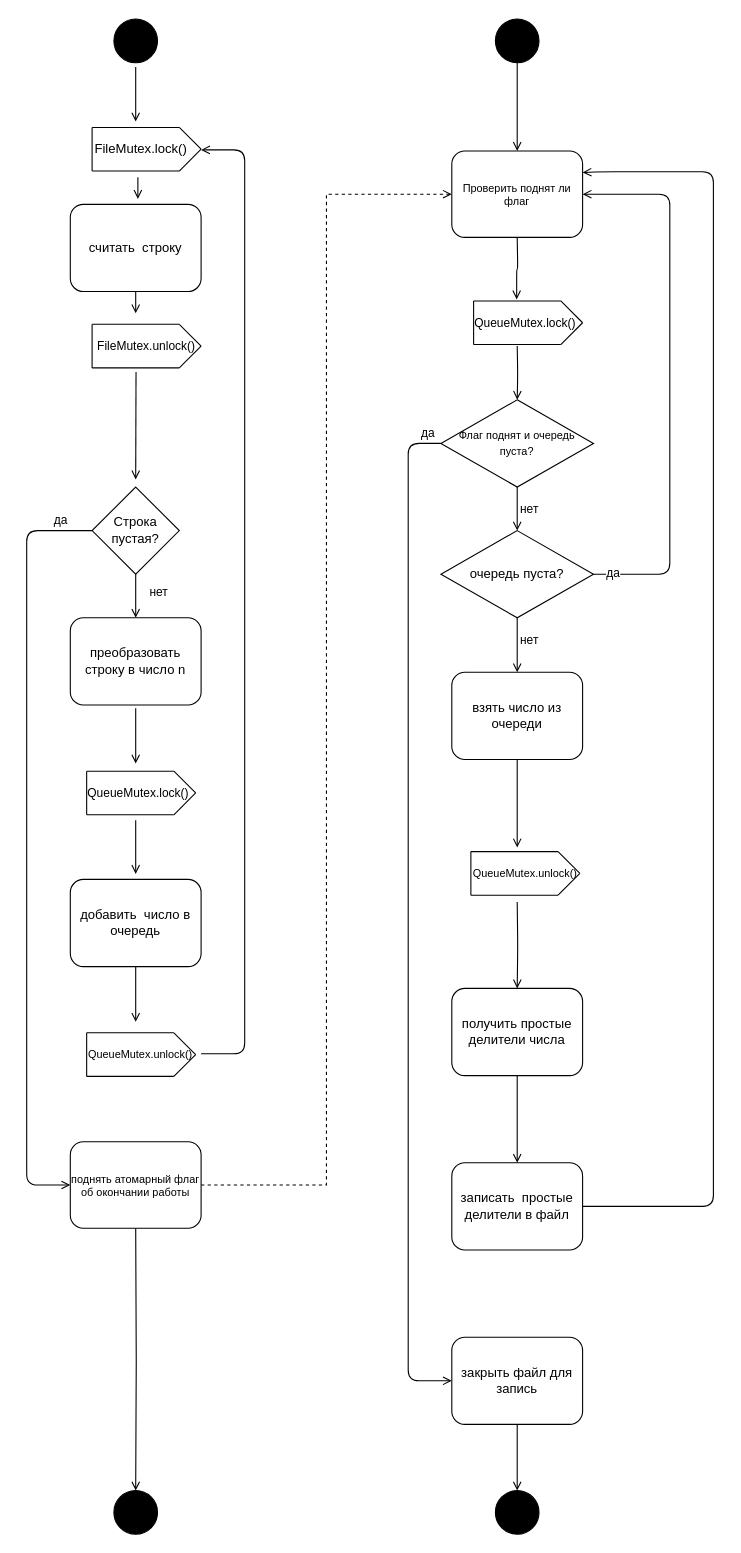
The draw.io diagram page "Страница 3" (3 of 3) of Диаграмма без названия.drawio in ereason/draw-io, before the edit. Source tidied: cells renumbered, new cells numbered last; positions are measured from the earlier drawing's top-left corner, leaving out a move shared by most shapes. Both pictures are drawn from the tidied source at 109%, with x=0, y=0 at pixel (26, 19).
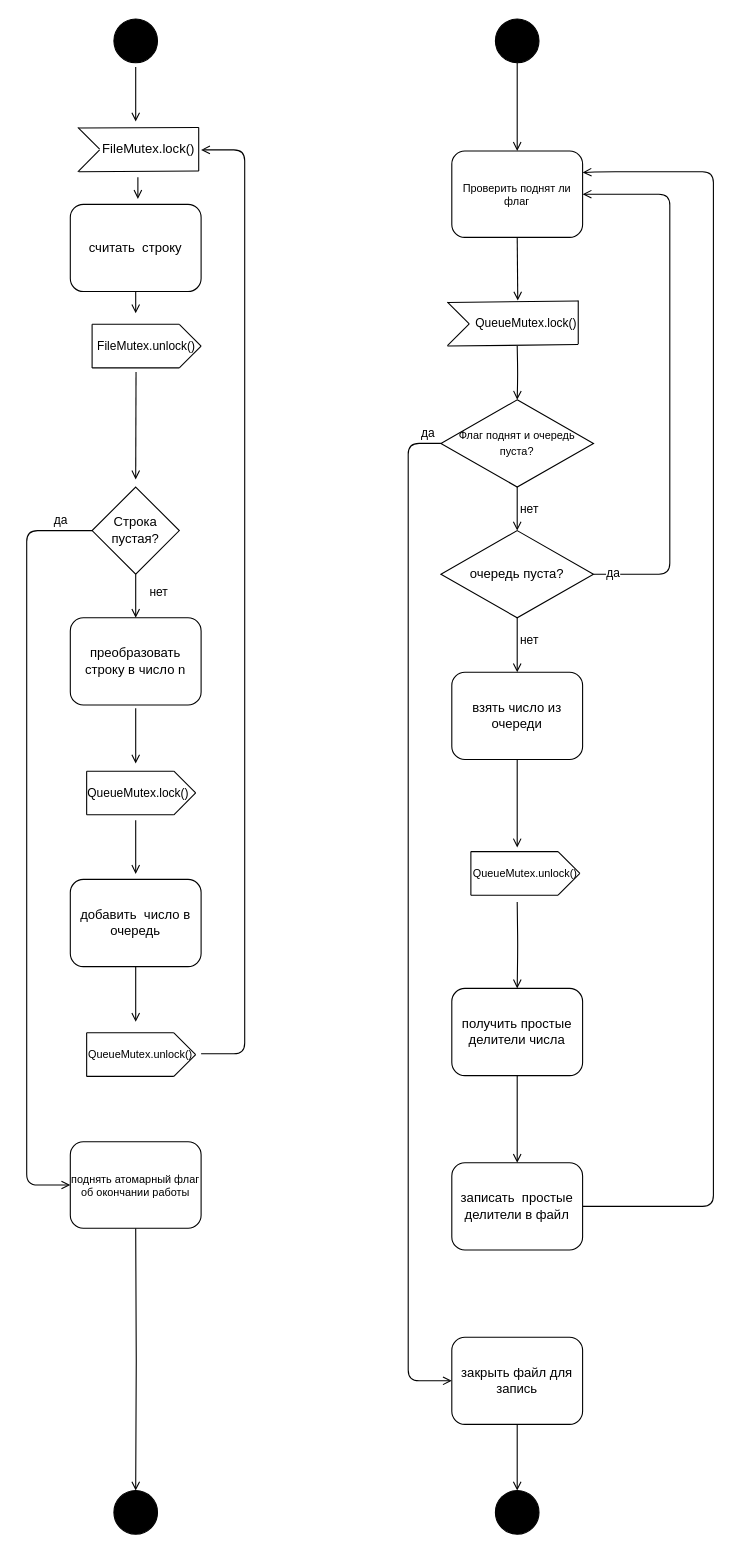
Above is the later version.

Unchanged cells that the change refers to:
```xml
<mxCell id="78" value="поднять атомарный флаг об окончании работы" style="rounded=1;whiteSpace=wrap;html=1;fontSize=10;" parent="1" vertex="1">
  <mxGeometry x="40" y="1030" width="120" height="79.3" as="geometry" />
</mxCell>
<mxCell id="95" value="Проверить поднят ли флаг" style="rounded=1;whiteSpace=wrap;html=1;fontSize=10;" parent="1" vertex="1">
  <mxGeometry x="390" y="121" width="120" height="79.3" as="geometry" />
</mxCell>
```

The edit, as a diff of the source:
```diff
@@
-    <mxCell id="41" style="triangle;whiteSpace=wrap;html=1;rounded=0;fillColor=default;gradientColor=none;strokeColor=none;" parent="1" vertex="1">
-      <mxGeometry x="140" y="100.1" width="20" height="40" as="geometry" />
-    </mxCell>
     <mxCell id="42" style="rounded=0;whiteSpace=wrap;html=1;fillColor=default;strokeColor=none;" parent="1" vertex="1">
-      <mxGeometry x="60" y="99.4" width="80" height="40.7" as="geometry" />
+      <mxGeometry x="77.9" y="99.4" width="80" height="40.7" as="geometry" />
     </mxCell>
     <mxCell id="43" style="endArrow=none;html=1;rounded=0;" parent="1" edge="1">
       <mxGeometry relative="1" as="geometry">
-        <mxPoint x="60" y="139.4" as="sourcePoint" />
-        <mxPoint x="60" y="99.4" as="targetPoint" />
+        <mxPoint x="157.8" y="139.4" as="sourcePoint" />
+        <mxPoint x="157.8" y="99.4" as="targetPoint" />
       </mxGeometry>
     </mxCell>
     <mxCell id="44" style="endArrow=none;html=1;rounded=0;" parent="1" edge="1">
       <mxGeometry relative="1" as="geometry">
-        <mxPoint x="60" y="139.4" as="sourcePoint" />
-        <mxPoint x="140" y="139.4" as="targetPoint" />
+        <mxPoint x="47.9" y="140" as="sourcePoint" />
+        <mxPoint x="157.9" y="139.4" as="targetPoint" />
       </mxGeometry>
     </mxCell>
     <mxCell id="45" style="endArrow=none;html=1;rounded=0;" parent="1" edge="1">
       <mxGeometry relative="1" as="geometry">
-        <mxPoint x="60" y="99.4" as="sourcePoint" />
-        <mxPoint x="140" y="99.4" as="targetPoint" />
+        <mxPoint x="47.9" y="100" as="sourcePoint" />
+        <mxPoint x="157.9" y="99.4" as="targetPoint" />
       </mxGeometry>
     </mxCell>
     <mxCell id="46" style="endArrow=none;html=1;rounded=0;" parent="1" edge="1">
       <mxGeometry relative="1" as="geometry">
-        <mxPoint x="140" y="99.4" as="sourcePoint" />
-        <mxPoint x="160" y="119.4" as="targetPoint" />
+        <mxPoint x="46.9" y="99.4" as="sourcePoint" />
+        <mxPoint x="66.9" y="119.4" as="targetPoint" />
       </mxGeometry>
     </mxCell>
     <mxCell id="47" style="endArrow=none;html=1;rounded=0;" parent="1" edge="1">
       <mxGeometry relative="1" as="geometry">
-        <mxPoint x="140" y="139.4" as="sourcePoint" />
-        <mxPoint x="160" y="119.4" as="targetPoint" />
+        <mxPoint x="46.9" y="140.1" as="sourcePoint" />
+        <mxPoint x="66.9" y="120.1" as="targetPoint" />
       </mxGeometry>
     </mxCell>
     <mxCell id="48" value="FileMutex.lock()" style="text;html=1;strokeColor=none;fillColor=none;align=center;verticalAlign=middle;whiteSpace=wrap;rounded=0;" parent="1" vertex="1">
-      <mxGeometry x="60" y="99.4" width="90" height="40" as="geometry" />
+      <mxGeometry x="66.9" y="99.4" width="90" height="40" as="geometry" />
     </mxCell>
@@
-    <mxCell id="77" style="edgeStyle=orthogonalEdgeStyle;rounded=0;jettySize=auto;html=1;exitX=1;exitY=0.5;exitDx=0;exitDy=0;fontSize=10;endArrow=open;endFill=0;entryX=0;entryY=0.5;entryDx=0;entryDy=0;dashed=1;" parent="1" edge="1" source="78" target="95">
-      <mxGeometry relative="1" as="geometry" />
-    </mxCell>
@@
-    <mxCell id="79" style="triangle;whiteSpace=wrap;html=1;rounded=0;fillColor=default;gradientColor=none;strokeColor=none;" parent="1" vertex="1">
-      <mxGeometry x="490" y="259.3" width="20" height="40" as="geometry" />
-    </mxCell>
     <mxCell id="80" style="rounded=0;whiteSpace=wrap;html=1;fillColor=default;strokeColor=none;" parent="1" vertex="1">
-      <mxGeometry x="410" y="258.6" width="80" height="40.7" as="geometry" />
+      <mxGeometry x="426" y="258.6" width="80" height="40.7" as="geometry" />
     </mxCell>
     <mxCell id="81" style="endArrow=none;html=1;rounded=0;" parent="1" edge="1">
       <mxGeometry relative="1" as="geometry">
-        <mxPoint x="410" y="298.6" as="sourcePoint" />
-        <mxPoint x="410" y="258.6" as="targetPoint" />
+        <mxPoint x="506" y="298.2" as="sourcePoint" />
+        <mxPoint x="506" y="258.2" as="targetPoint" />
       </mxGeometry>
     </mxCell>
     <mxCell id="82" style="endArrow=none;html=1;rounded=0;" parent="1" edge="1">
       <mxGeometry relative="1" as="geometry">
-        <mxPoint x="410" y="298.6" as="sourcePoint" />
-        <mxPoint x="490" y="298.6" as="targetPoint" />
+        <mxPoint x="386" y="300" as="sourcePoint" />
+        <mxPoint x="506" y="298.6" as="targetPoint" />
       </mxGeometry>
     </mxCell>
     <mxCell id="83" style="endArrow=none;html=1;rounded=0;" parent="1" edge="1">
       <mxGeometry relative="1" as="geometry">
-        <mxPoint x="410" y="258.6" as="sourcePoint" />
-        <mxPoint x="490" y="258.6" as="targetPoint" />
+        <mxPoint x="386" y="260" as="sourcePoint" />
+        <mxPoint x="506" y="258.6" as="targetPoint" />
       </mxGeometry>
     </mxCell>
     <mxCell id="84" style="endArrow=none;html=1;rounded=0;" parent="1" edge="1">
       <mxGeometry relative="1" as="geometry">
-        <mxPoint x="490" y="258.6" as="sourcePoint" />
-        <mxPoint x="510" y="278.6" as="targetPoint" />
+        <mxPoint x="386" y="259.6" as="sourcePoint" />
+        <mxPoint x="406" y="279.6" as="targetPoint" />
       </mxGeometry>
     </mxCell>
     <mxCell id="85" style="endArrow=none;html=1;rounded=0;" parent="1" edge="1">
       <mxGeometry relative="1" as="geometry">
-        <mxPoint x="490" y="298.6" as="sourcePoint" />
-        <mxPoint x="510" y="278.6" as="targetPoint" />
+        <mxPoint x="386" y="299.6" as="sourcePoint" />
+        <mxPoint x="406" y="279.6" as="targetPoint" />
       </mxGeometry>
     </mxCell>
     <mxCell id="86" value="&lt;font style=&quot;font-size: 11px;&quot;&gt;QueueMutex.lock()&lt;/font&gt;" style="text;html=1;strokeColor=none;fillColor=none;align=center;verticalAlign=middle;whiteSpace=wrap;rounded=0;" parent="1" vertex="1">
-      <mxGeometry x="410" y="258.6" width="95" height="40" as="geometry" />
+      <mxGeometry x="411" y="259.6" width="95" height="38.6" as="geometry" />
     </mxCell>
```
